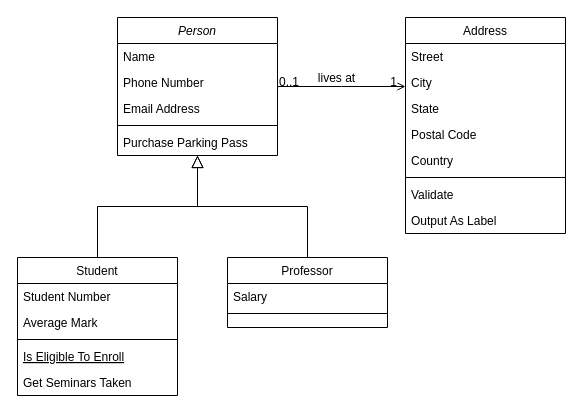
This is Untitled Diagram.drawio from ejqhdl337/workoutWithJymmy, a draw.io file, before an edit. Source tidied: cells renumbered, new cells numbered last; positions are measured from the earlier drawing's top-left corner, leaving out a move shared by most shapes. Both pictures are drawn from the tidied source at 100%, with x=0, y=0 at pixel (17, 17).
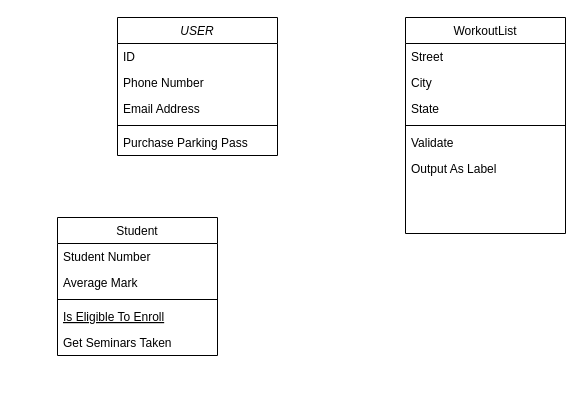
After the change.

Diff of the diagram source:
```diff
@@
-    <mxCell id="2" value="Person" style="swimlane;fontStyle=2;align=center;verticalAlign=top;horizontal=1;startSize=26;rounded=0;shadow=0;strokeWidth=1;" parent="1" vertex="1">
+    <mxCell id="2" value="USER" style="swimlane;fontStyle=2;align=center;verticalAlign=top;horizontal=1;startSize=26;rounded=0;shadow=0;strokeWidth=1;" parent="1" vertex="1">
       <mxGeometry x="100" width="160" height="138" as="geometry" />
     </mxCell>
-    <mxCell id="3" value="Name" style="text;align=left;verticalAlign=top;spacingLeft=4;spacingRight=4;overflow=hidden;" parent="2" vertex="1">
+    <mxCell id="3" value="ID" style="text;align=left;verticalAlign=top;spacingLeft=4;spacingRight=4;overflow=hidden;" parent="2" vertex="1">
       <mxGeometry y="26" width="160" height="26" as="geometry" />
     </mxCell>
@@
     <mxCell id="8" value="Student" style="swimlane;fontStyle=0;align=center;verticalAlign=top;horizontal=1;startSize=26;rounded=0;shadow=0;strokeWidth=1;" parent="1" vertex="1">
-      <mxGeometry y="240" width="160" height="138" as="geometry" />
+      <mxGeometry x="40" y="200" width="160" height="138" as="geometry" />
     </mxCell>
@@
-    <mxCell id="14" style="endArrow=block;endSize=10;endFill=0;shadow=0;strokeWidth=1;rounded=0;edgeStyle=elbowEdgeStyle;elbow=vertical;" parent="1" edge="1" source="8" target="2">
-      <mxGeometry relative="1" as="geometry" />
-    </mxCell>
-    <mxCell id="15" value="Professor" style="swimlane;fontStyle=0;align=center;verticalAlign=top;horizontal=1;startSize=26;rounded=0;shadow=0;strokeWidth=1;" parent="1" vertex="1">
-      <mxGeometry x="210" y="240" width="160" height="70" as="geometry" />
-    </mxCell>
-    <mxCell id="16" value="Salary" style="text;align=left;verticalAlign=top;spacingLeft=4;spacingRight=4;overflow=hidden;" parent="15" vertex="1">
-      <mxGeometry y="26" width="160" height="26" as="geometry" />
-    </mxCell>
-    <mxCell id="17" style="line;html=1;strokeWidth=1;align=left;verticalAlign=middle;spacingTop=-1;spacingLeft=3;spacingRight=3;labelPosition=right;" parent="15" vertex="1">
-      <mxGeometry y="52" width="160" height="8" as="geometry" />
-    </mxCell>
-    <mxCell id="18" style="endArrow=block;endSize=10;endFill=0;shadow=0;strokeWidth=1;rounded=0;edgeStyle=elbowEdgeStyle;elbow=vertical;" parent="1" edge="1" source="15" target="2">
-      <mxGeometry relative="1" as="geometry" />
-    </mxCell>
-    <mxCell id="19" value="Address" style="swimlane;fontStyle=0;align=center;verticalAlign=top;horizontal=1;startSize=26;rounded=0;shadow=0;strokeWidth=1;" parent="1" vertex="1">
+    <mxCell id="19" value="WorkoutList" style="swimlane;fontStyle=0;align=center;verticalAlign=top;horizontal=1;startSize=26;rounded=0;shadow=0;strokeWidth=1;" parent="1" vertex="1">
       <mxGeometry x="388" width="160" height="216" as="geometry" />
     </mxCell>
@@
-    <mxCell id="23" value="Postal Code" style="text;align=left;verticalAlign=top;spacingLeft=4;spacingRight=4;overflow=hidden;rounded=0;shadow=0;html=0;" parent="19" vertex="1">
-      <mxGeometry y="104" width="160" height="26" as="geometry" />
-    </mxCell>
-    <mxCell id="24" value="Country" style="text;align=left;verticalAlign=top;spacingLeft=4;spacingRight=4;overflow=hidden;rounded=0;shadow=0;html=0;" parent="19" vertex="1">
-      <mxGeometry y="130" width="160" height="26" as="geometry" />
-    </mxCell>
     <mxCell id="25" style="line;html=1;strokeWidth=1;align=left;verticalAlign=middle;spacingTop=-1;spacingLeft=3;spacingRight=3;labelPosition=right;" parent="19" vertex="1">
-      <mxGeometry y="156" width="160" height="8" as="geometry" />
+      <mxGeometry y="104" width="160" height="8" as="geometry" />
     </mxCell>
     <mxCell id="26" value="Validate" style="text;align=left;verticalAlign=top;spacingLeft=4;spacingRight=4;overflow=hidden;" parent="19" vertex="1">
-      <mxGeometry y="164" width="160" height="26" as="geometry" />
+      <mxGeometry y="112" width="160" height="26" as="geometry" />
     </mxCell>
     <mxCell id="27" value="Output As Label" style="text;align=left;verticalAlign=top;spacingLeft=4;spacingRight=4;overflow=hidden;" parent="19" vertex="1">
-      <mxGeometry y="190" width="160" height="26" as="geometry" />
+      <mxGeometry y="138" width="160" height="26" as="geometry" />
     </mxCell>
-    <mxCell id="28" style="endArrow=open;shadow=0;strokeWidth=1;rounded=0;endFill=1;edgeStyle=elbowEdgeStyle;elbow=vertical;" parent="1" edge="1" source="2" target="19">
-      <mxGeometry x="0.5" y="41" relative="1" as="geometry">
-        <mxPoint x="-40" y="32" as="offset" />
-      </mxGeometry>
-    </mxCell>
-    <mxCell id="29" value="0..1" style="align=left;verticalAlign=bottom;labelBackgroundColor=none;fontSize=12;" parent="28" vertex="1">
-      <mxGeometry x="-1" relative="1" as="geometry">
-        <mxPoint y="4" as="offset" />
-      </mxGeometry>
-    </mxCell>
-    <mxCell id="30" value="1" style="align=right;verticalAlign=bottom;labelBackgroundColor=none;fontSize=12;" parent="28" vertex="1">
-      <mxGeometry x="1" relative="1" as="geometry">
-        <mxPoint x="-7" y="4" as="offset" />
-      </mxGeometry>
-    </mxCell>
-    <mxCell id="31" value="lives at" style="text;html=1;align=center;verticalAlign=middle;labelBackgroundColor=none;rounded=0;shadow=0;strokeWidth=1;fontSize=12;" parent="28" vertex="1">
-      <mxGeometry x="0.5" y="49" relative="1" as="geometry">
-        <mxPoint x="-38" y="40" as="offset" />
-      </mxGeometry>
-    </mxCell>
```
